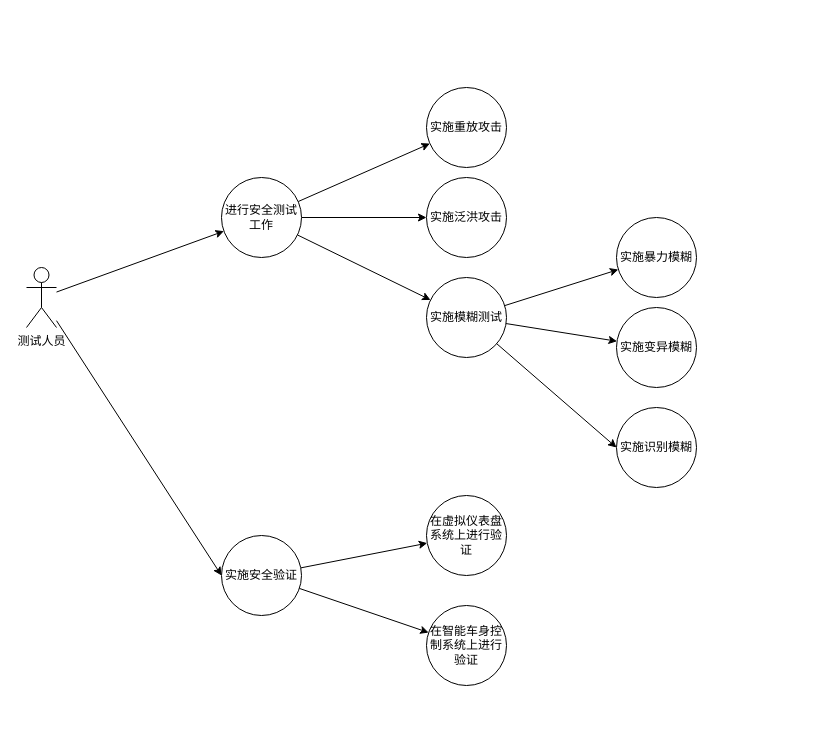
The draw.io diagram 安全验证平台.drawio in zxkic/ICSim_Successor, before the edit. Source tidied: cells renumbered, new cells numbered last; positions are measured from the earlier drawing's top-left corner, leaving out a move shared by most shapes. Both pictures are drawn from the tidied source at 100%, with x=0, y=0 at pixel (26, 87).
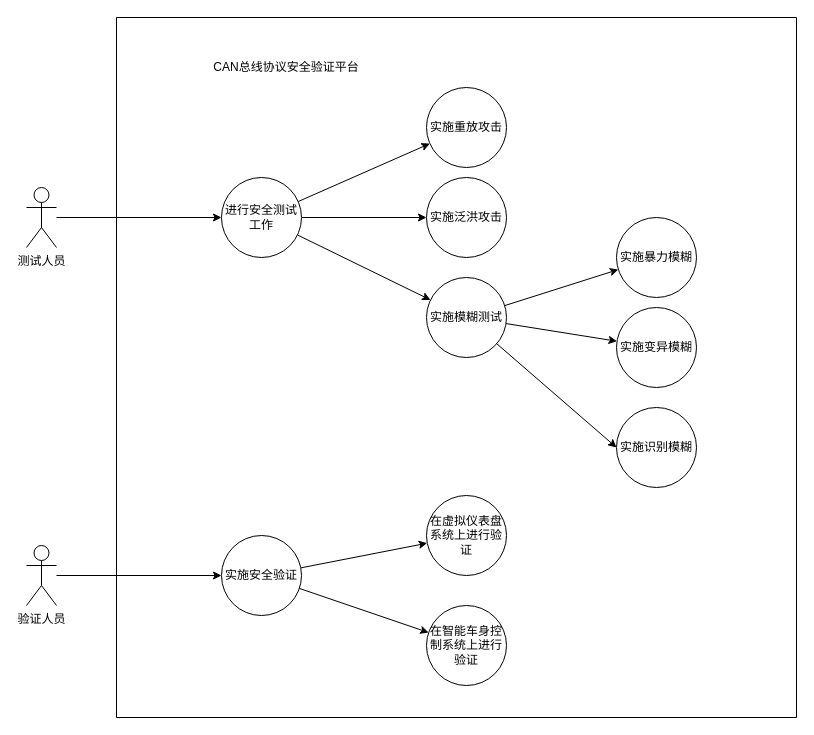
The same diagram, later.

Commit message (it also covers changes not shown here):
更新安全验证平台.drawio

The change refers to these unchanged cells:
```xml
<mxCell id="17" value="&lt;div style=&quot;&quot;&gt;实施安全验证&lt;/div&gt;" style="ellipse;whiteSpace=wrap;html=1;verticalAlign=middle;align=center;" parent="1" vertex="1">
  <mxGeometry x="195" y="448" width="80" height="80" as="geometry" />
</mxCell>
```

What changed in the source:
```diff
@@
+    <mxCell id="23" style="verticalLabelPosition=bottom;verticalAlign=top;html=1;shape=mxgraph.basic.rect;fillColor2=none;strokeWidth=1;size=20;indent=5;" parent="1" vertex="1">
+      <mxGeometry x="90" y="-70" width="680" height="700" as="geometry" />
+    </mxCell>
@@
-    <mxCell id="3" style="rounded=0;jettySize=auto;html=1;entryX=0;entryY=0.5;entryDx=0;entryDy=0;" parent="1" edge="1" source="4" target="17">
-      <mxGeometry relative="1" as="geometry" />
-    </mxCell>
     <mxCell id="4" value="测试人员" style="shape=umlActor;verticalLabelPosition=bottom;verticalAlign=top;html=1;" parent="1" vertex="1">
-      <mxGeometry y="180" width="30" height="60" as="geometry" />
+      <mxGeometry y="100" width="30" height="60" as="geometry" />
     </mxCell>
@@
+    <mxCell id="24" style="rounded=0;jettySize=auto;html=1;entryX=0;entryY=0.5;entryDx=0;entryDy=0;" parent="1" edge="1" source="25" target="17">
+      <mxGeometry relative="1" as="geometry" />
+    </mxCell>
+    <mxCell id="25" value="验证人员" style="shape=umlActor;verticalLabelPosition=bottom;verticalAlign=top;html=1;" parent="1" vertex="1">
+      <mxGeometry y="458" width="30" height="60" as="geometry" />
+    </mxCell>
+    <mxCell id="26" value="CAN总线协议安全验证平台" style="rounded=0;whiteSpace=wrap;html=1;strokeColor=none;" parent="1" vertex="1">
+      <mxGeometry x="130" y="-50" width="260" height="60" as="geometry" />
+    </mxCell>
```
